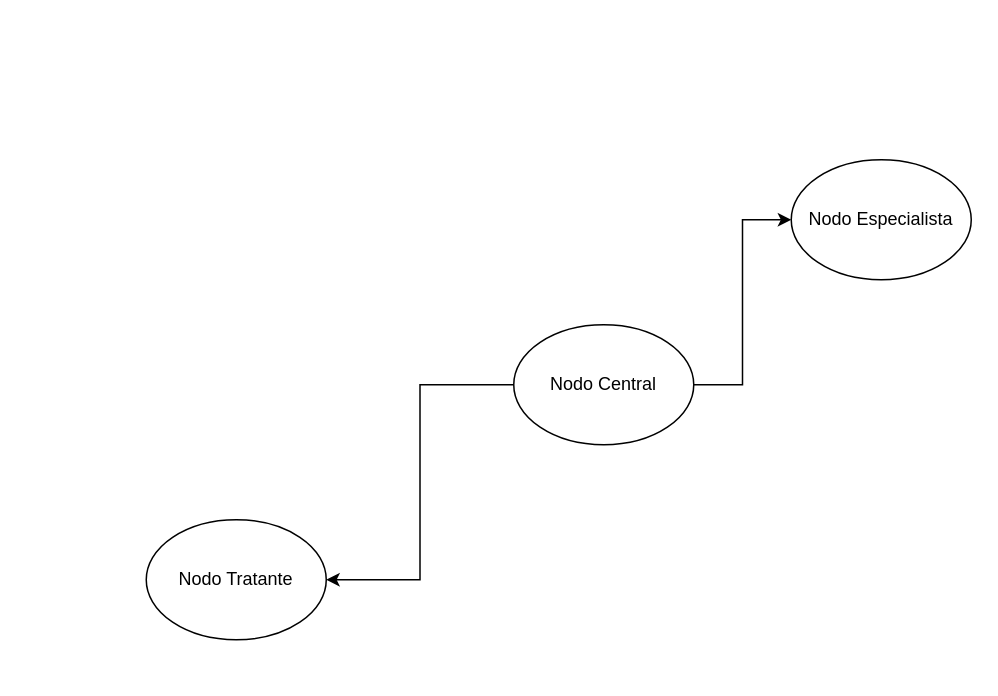
Before: NodosMareli.drawio in JSMONTOYAS/Mareli, a draw.io diagram. Source tidied: cells renumbered, new cells numbered last; positions are measured from the earlier drawing's top-left corner, leaving out a move shared by most shapes. Both pictures are drawn from the tidied source at 150%, with x=0, y=0 at pixel (146, 159).
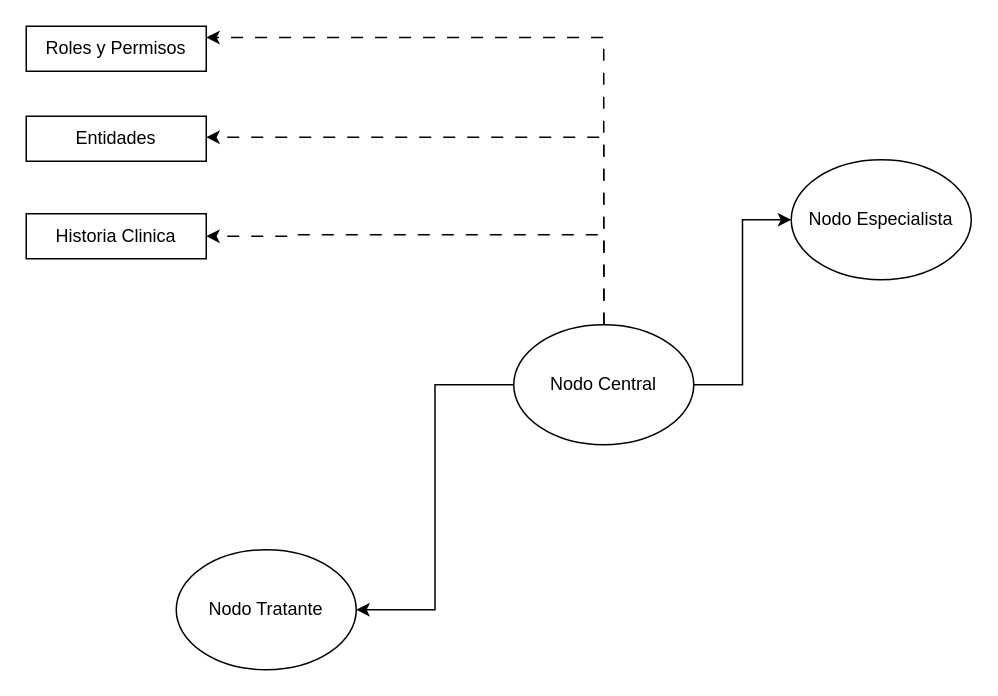
The same diagram, later.

Diff of the diagram source:
```diff
@@
 <mxGraphModel>
   <root>
     <mxCell id="0" />
     <mxCell id="1" parent="0" />
     <mxCell id="2" style="edgeStyle=orthogonalEdgeStyle;rounded=0;jettySize=auto;html=1;entryX=0;entryY=0.5;entryDx=0;entryDy=0;" parent="1" edge="1" source="4" target="6">
       <mxGeometry relative="1" as="geometry" />
     </mxCell>
     <mxCell id="3" style="edgeStyle=orthogonalEdgeStyle;rounded=0;jettySize=auto;html=1;entryX=1;entryY=0.5;entryDx=0;entryDy=0;" parent="1" edge="1" source="4" target="5">
       <mxGeometry relative="1" as="geometry" />
     </mxCell>
+    <mxCell id="7" style="edgeStyle=orthogonalEdgeStyle;rounded=0;jettySize=auto;html=1;dashed=1;dashPattern=8 8;" parent="1" edge="1" source="4" target="10">
+      <mxGeometry relative="1" as="geometry">
+        <Array as="points">
+          <mxPoint x="305" y="-15" />
+        </Array>
+      </mxGeometry>
+    </mxCell>
+    <mxCell id="8" style="edgeStyle=orthogonalEdgeStyle;rounded=0;jettySize=auto;html=1;dashed=1;dashPattern=8 8;" parent="1" edge="1" source="4" target="9">
+      <mxGeometry relative="1" as="geometry">
+        <Array as="points">
+          <mxPoint x="305" y="50" />
+          <mxPoint x="100" y="50" />
+        </Array>
+      </mxGeometry>
+    </mxCell>
     <mxCell id="4" value="Nodo Central" style="ellipse;whiteSpace=wrap;html=1;" parent="1" vertex="1">
       <mxGeometry x="245" y="110" width="120" height="80" as="geometry" />
     </mxCell>
     <mxCell id="5" value="Nodo Tratante" style="ellipse;whiteSpace=wrap;html=1;" parent="1" vertex="1">
-      <mxGeometry y="240" width="120" height="80" as="geometry" />
+      <mxGeometry x="20" y="260" width="120" height="80" as="geometry" />
     </mxCell>
     <mxCell id="6" value="Nodo Especialista" style="ellipse;whiteSpace=wrap;html=1;" parent="1" vertex="1">
       <mxGeometry x="430" width="120" height="80" as="geometry" />
     </mxCell>
+    <mxCell id="9" value="Historia Clinica" style="rounded=0;whiteSpace=wrap;html=1;" parent="1" vertex="1">
+      <mxGeometry x="-80" y="36" width="120" height="30" as="geometry" />
+    </mxCell>
+    <mxCell id="10" value="Entidades" style="rounded=0;whiteSpace=wrap;html=1;" parent="1" vertex="1">
+      <mxGeometry x="-80" y="-29" width="120" height="30" as="geometry" />
+    </mxCell>
+    <mxCell id="11" value="Roles y Permisos" style="rounded=0;whiteSpace=wrap;html=1;" parent="1" vertex="1">
+      <mxGeometry x="-80" y="-89" width="120" height="30" as="geometry" />
+    </mxCell>
+    <mxCell id="12" style="edgeStyle=orthogonalEdgeStyle;rounded=0;jettySize=auto;html=1;entryX=1;entryY=0.25;entryDx=0;entryDy=0;dashed=1;dashPattern=8 8;" parent="1" edge="1" source="4" target="11">
+      <mxGeometry relative="1" as="geometry">
+        <Array as="points">
+          <mxPoint x="305" y="-82" />
+        </Array>
+      </mxGeometry>
+    </mxCell>
   </root>
 </mxGraphModel>
```
